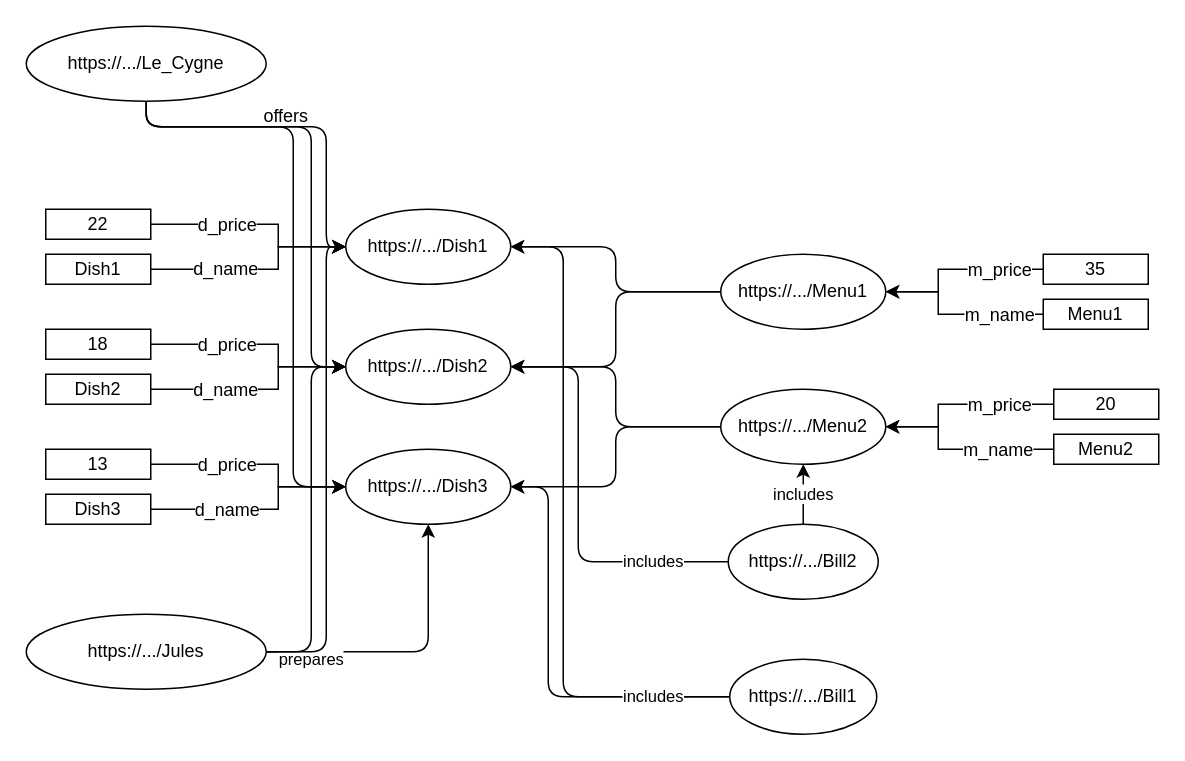
CH-KevinDubois/MAS-RAD-4-WEB-Mini-Projet keeps this draw.io diagram as schema/instanceDishMenu.dio. Above is the earlier version. Source tidied: cells renumbered, new cells numbered last; positions are measured from the earlier drawing's top-left corner, leaving out a move shared by most shapes. Both pictures are drawn from the tidied source at 150%, with x=0, y=0 at pixel (26, 26).
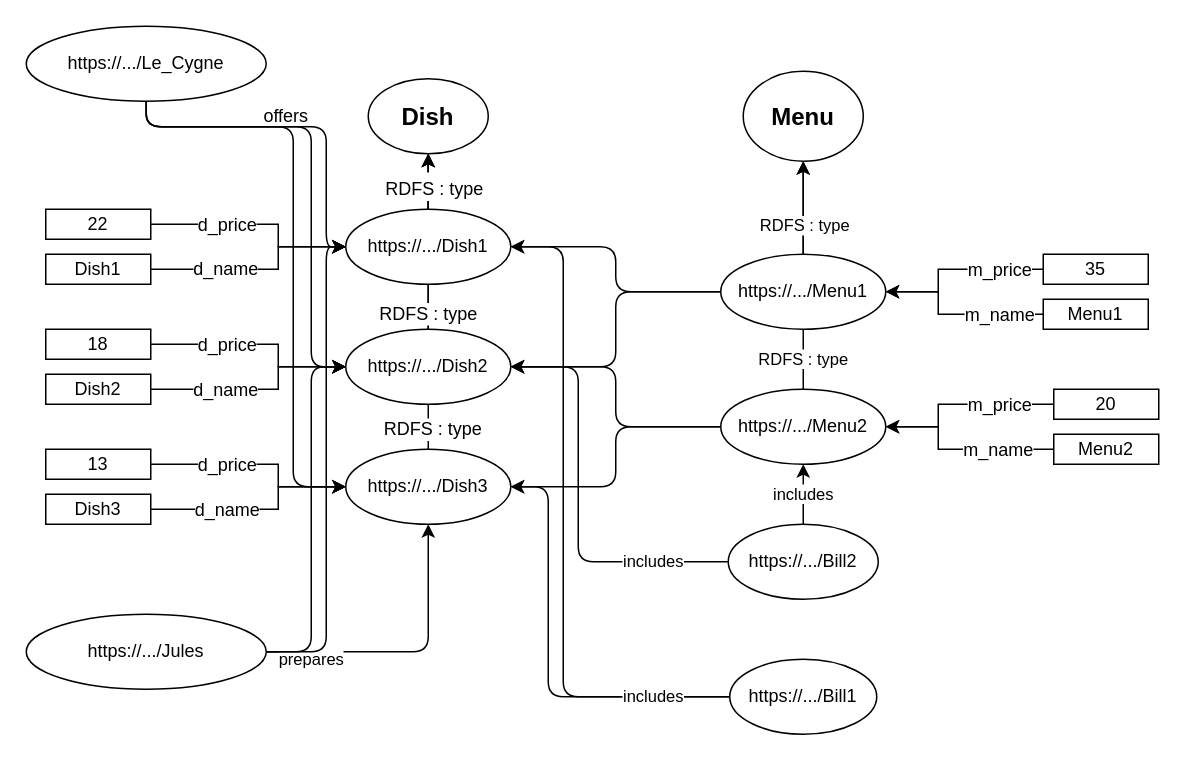
The same diagram, later.

Commit message:
Ajout RDFS:type

The change refers to these unchanged cells:
```xml
<mxCell id="10" value="https://.../Menu2" style="ellipse;whiteSpace=wrap;html=1;" parent="1" vertex="1">
  <mxGeometry x="463" y="242" width="110" height="50" as="geometry" />
</mxCell>
```

The edit, as a diff of the source:
```diff
@@
-    <mxCell id="2" value="https://.../Dish1" style="ellipse;whiteSpace=wrap;html=1;" parent="1" vertex="1">
-      <mxGeometry x="213" y="122" width="110" height="50" as="geometry" />
-    </mxCell>
-    <mxCell id="3" value="https://.../Dish2" style="ellipse;whiteSpace=wrap;html=1;" parent="1" vertex="1">
-      <mxGeometry x="213" y="202" width="110" height="50" as="geometry" />
-    </mxCell>
+    <mxCell id="55" style="edgeStyle=orthogonalEdgeStyle;rounded=1;jettySize=auto;html=1;entryX=0.5;entryY=1;entryDx=0;entryDy=0;fontSize=16;" parent="1" edge="1" source="2" target="64">
+      <mxGeometry relative="1" as="geometry" />
+    </mxCell>
+    <mxCell id="56" style="edgeStyle=orthogonalEdgeStyle;rounded=1;jettySize=auto;html=1;entryX=0.5;entryY=1;entryDx=0;entryDy=0;fontSize=16;" parent="1" edge="1" source="3" target="64">
+      <mxGeometry relative="1" as="geometry" />
+    </mxCell>
+    <mxCell id="57" value="RDFS : type" style="edgeStyle=orthogonalEdgeStyle;rounded=1;orthogonalLoop=1;jettySize=auto;html=1;fontSize=12;" parent="1" edge="1">
+      <mxGeometry x="-0.09" relative="1" as="geometry">
+        <mxPoint x="268" y="282" as="sourcePoint" />
+        <mxPoint x="268" y="85" as="targetPoint" />
+        <Array as="points">
+          <mxPoint x="268" y="182" />
+          <mxPoint x="268" y="182" />
+        </Array>
+      </mxGeometry>
+    </mxCell>
+    <mxCell id="58" value="&lt;font style=&quot;font-size: 12px&quot;&gt;RDFS : type&lt;/font&gt;" style="edgeLabel;html=1;align=center;verticalAlign=middle;fontSize=16;" parent="57" vertex="1">
+      <mxGeometry x="0.79" y="-3" relative="1" as="geometry" />
+    </mxCell>
+    <mxCell id="59" value="RDFS : type" style="edgeLabel;html=1;align=center;verticalAlign=middle;fontSize=12;" parent="57" vertex="1">
+      <mxGeometry x="0.02" y="-86" relative="1" as="geometry">
+        <mxPoint x="-84" y="86" as="offset" />
+      </mxGeometry>
+    </mxCell>
@@
-    <mxCell id="7" value="https://.../Menu1" style="ellipse;whiteSpace=wrap;html=1;" parent="1" vertex="1">
-      <mxGeometry x="463" y="152" width="110" height="50" as="geometry" />
-    </mxCell>
+    <mxCell id="60" style="edgeStyle=orthogonalEdgeStyle;rounded=1;jettySize=auto;html=1;entryX=0.5;entryY=1;entryDx=0;entryDy=0;" parent="1" edge="1" source="7" target="63">
+      <mxGeometry relative="1" as="geometry" />
+    </mxCell>
@@
+    <mxCell id="61" value="RDFS : type" style="edgeStyle=orthogonalEdgeStyle;rounded=1;jettySize=auto;html=1;" parent="1" edge="1" source="10" target="63">
+      <mxGeometry x="-0.74" relative="1" as="geometry" />
+    </mxCell>
+    <mxCell id="62" value="RDFS : type" style="edgeLabel;html=1;align=center;verticalAlign=middle;" parent="61" vertex="1">
+      <mxGeometry x="0.45" y="-1" relative="1" as="geometry">
+        <mxPoint x="-1" y="0.3" as="offset" />
+      </mxGeometry>
+    </mxCell>
@@
+    <mxCell id="63" value="&lt;font style=&quot;font-size: 16px;&quot;&gt;Menu&lt;/font&gt;" style="ellipse;whiteSpace=wrap;html=1;fontStyle=1;fontSize=16;" parent="1" vertex="1">
+      <mxGeometry x="478" y="30" width="80" height="60" as="geometry" />
+    </mxCell>
+    <mxCell id="64" value="&lt;font style=&quot;font-size: 16px;&quot;&gt;Dish&lt;/font&gt;" style="ellipse;whiteSpace=wrap;html=1;fontStyle=1;fontSize=16;" parent="1" vertex="1">
+      <mxGeometry x="228" y="35" width="80" height="50" as="geometry" />
+    </mxCell>
+    <mxCell id="7" value="https://.../Menu1" style="ellipse;whiteSpace=wrap;html=1;" parent="1" vertex="1">
+      <mxGeometry x="463" y="152" width="110" height="50" as="geometry" />
+    </mxCell>
+    <mxCell id="2" value="https://.../Dish1" style="ellipse;whiteSpace=wrap;html=1;" parent="1" vertex="1">
+      <mxGeometry x="213" y="122" width="110" height="50" as="geometry" />
+    </mxCell>
+    <mxCell id="3" value="https://.../Dish2" style="ellipse;whiteSpace=wrap;html=1;" parent="1" vertex="1">
+      <mxGeometry x="213" y="202" width="110" height="50" as="geometry" />
+    </mxCell>
```
